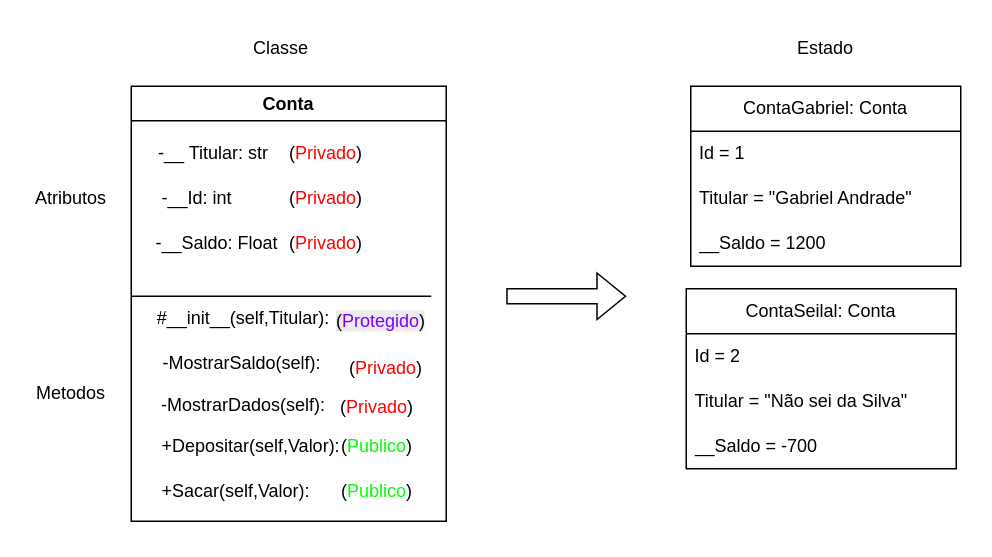
Before: Orientação a objeto/ContaBancariaUml.drawio in GABYNEVE-02/Codigos-Fsa-2026, a draw.io diagram. Source tidied: cells renumbered, new cells numbered last; positions are measured from the earlier drawing's top-left corner, leaving out a move shared by most shapes. Both pictures are drawn from the tidied source at 150%, with x=0, y=0 at pixel (26, 26).
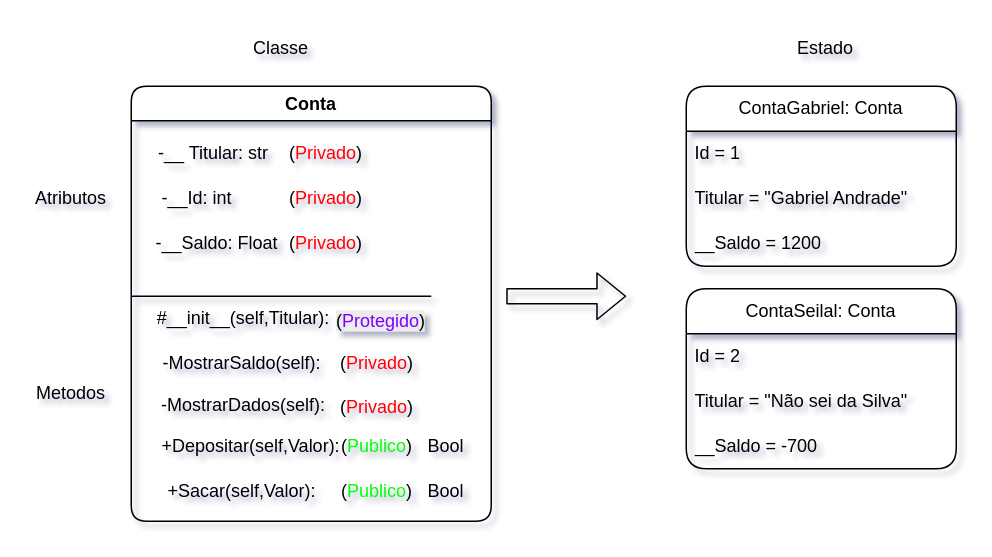
The same page after the edit.

Commit message:
Melhoria do Uml

What changed in the source:
```diff
@@
-<mxGraphModel>
+<mxGraphModel shadow="1">
@@
-    <mxCell id="2" value="Conta" style="swimlane;whiteSpace=wrap;html=1;" parent="1" vertex="1">
-      <mxGeometry x="70" y="40" width="210" height="290" as="geometry" />
+    <mxCell id="2" value="Conta" style="swimlane;whiteSpace=wrap;html=1;rounded=1;roundedPerimeter=1;" parent="1" vertex="1">
+      <mxGeometry x="70" y="40" width="240" height="290" as="geometry" />
     </mxCell>
-    <mxCell id="3" value="-__ Titular: str" style="text;html=1;whiteSpace=wrap;strokeColor=none;fillColor=none;align=center;verticalAlign=middle;rounded=0;" parent="2" vertex="1">
+    <mxCell id="3" value="-__ Titular: str" style="text;html=1;whiteSpace=wrap;strokeColor=none;fillColor=none;align=center;verticalAlign=middle;rounded=1;roundedPerimeter=1;" parent="2" vertex="1">
       <mxGeometry x="10" y="30" width="90" height="30" as="geometry" />
     </mxCell>
-    <mxCell id="4" value="-__Id: int" style="text;html=1;whiteSpace=wrap;strokeColor=none;fillColor=none;align=center;verticalAlign=middle;rounded=0;" parent="2" vertex="1">
+    <mxCell id="4" value="-__Id: int" style="text;html=1;whiteSpace=wrap;strokeColor=none;fillColor=none;align=center;verticalAlign=middle;rounded=1;roundedPerimeter=1;" parent="2" vertex="1">
       <mxGeometry x="-16" y="60" width="120" height="30" as="geometry" />
     </mxCell>
-    <mxCell id="5" value="-__Saldo: Float&amp;nbsp;" style="text;html=1;whiteSpace=wrap;strokeColor=none;fillColor=none;align=center;verticalAlign=middle;rounded=0;" parent="2" vertex="1">
+    <mxCell id="5" value="-__Saldo: Float&amp;nbsp;" style="text;html=1;whiteSpace=wrap;strokeColor=none;fillColor=none;align=center;verticalAlign=middle;rounded=1;roundedPerimeter=1;" parent="2" vertex="1">
       <mxGeometry x="14" y="90" width="90" height="30" as="geometry" />
     </mxCell>
-    <mxCell id="6" style="endArrow=none;html=1;rounded=0;" parent="2" edge="1">
+    <mxCell id="6" style="endArrow=none;html=1;rounded=1;" parent="2" edge="1">
       <mxGeometry relative="1" as="geometry">
         <mxPoint y="140" as="sourcePoint" />
         <mxPoint x="200" y="140" as="targetPoint" />
       </mxGeometry>
     </mxCell>
-    <mxCell id="7" value="#__init__(self,Titular):" style="text;html=1;whiteSpace=wrap;strokeColor=none;fillColor=none;align=center;verticalAlign=middle;rounded=0;" parent="2" vertex="1">
+    <mxCell id="7" value="#__init__(self,Titular):" style="text;html=1;whiteSpace=wrap;strokeColor=none;fillColor=none;align=center;verticalAlign=middle;rounded=1;roundedPerimeter=1;" parent="2" vertex="1">
       <mxGeometry x="20" y="140" width="110" height="30" as="geometry" />
     </mxCell>
-    <mxCell id="8" value="-MostrarSaldo(self):" style="text;html=1;whiteSpace=wrap;strokeColor=none;fillColor=none;align=center;verticalAlign=middle;rounded=0;" parent="2" vertex="1">
+    <mxCell id="8" value="-MostrarSaldo(self):" style="text;html=1;whiteSpace=wrap;strokeColor=none;fillColor=none;align=center;verticalAlign=middle;rounded=1;roundedPerimeter=1;" parent="2" vertex="1">
       <mxGeometry x="14" y="170" width="120" height="30" as="geometry" />
     </mxCell>
-    <mxCell id="9" value="+Depositar(self,Valor):" style="text;html=1;whiteSpace=wrap;strokeColor=none;fillColor=none;align=center;verticalAlign=middle;rounded=0;" parent="2" vertex="1">
+    <mxCell id="9" value="+Depositar(self,Valor):" style="text;html=1;whiteSpace=wrap;strokeColor=none;fillColor=none;align=center;verticalAlign=middle;rounded=1;roundedPerimeter=1;" parent="2" vertex="1">
       <mxGeometry x="20" y="225" width="120" height="30" as="geometry" />
     </mxCell>
-    <mxCell id="10" value="+Sacar(self,Valor):" style="text;html=1;whiteSpace=wrap;strokeColor=none;fillColor=none;align=center;verticalAlign=middle;rounded=0;" parent="2" vertex="1">
-      <mxGeometry x="10" y="255" width="120" height="30" as="geometry" />
+    <mxCell id="10" value="+Sacar(self,Valor):" style="text;html=1;whiteSpace=wrap;strokeColor=none;fillColor=none;align=center;verticalAlign=middle;rounded=1;roundedPerimeter=1;" parent="2" vertex="1">
+      <mxGeometry x="14" y="255" width="120" height="30" as="geometry" />
     </mxCell>
-    <mxCell id="11" value="-MostrarDados(self):" style="text;html=1;whiteSpace=wrap;strokeColor=none;fillColor=none;align=center;verticalAlign=middle;rounded=0;" parent="2" vertex="1">
+    <mxCell id="11" value="-MostrarDados(self):" style="text;html=1;whiteSpace=wrap;strokeColor=none;fillColor=none;align=center;verticalAlign=middle;rounded=1;roundedPerimeter=1;" parent="2" vertex="1">
       <mxGeometry x="15" y="198" width="120" height="30" as="geometry" />
     </mxCell>
-    <mxCell id="12" value="(&lt;span style=&quot;color: rgb(255, 0, 0);&quot;&gt;Privado&lt;/span&gt;)" style="text;html=1;whiteSpace=wrap;strokeColor=none;fillColor=none;align=center;verticalAlign=middle;rounded=0;" parent="2" vertex="1">
+    <mxCell id="12" value="(&lt;span style=&quot;color: rgb(255, 0, 0);&quot;&gt;Privado&lt;/span&gt;)" style="text;html=1;whiteSpace=wrap;strokeColor=none;fillColor=none;align=center;verticalAlign=middle;rounded=1;roundedPerimeter=1;" parent="2" vertex="1">
       <mxGeometry x="100" y="90" width="60" height="30" as="geometry" />
     </mxCell>
-    <mxCell id="13" value="(&lt;font color=&quot;#00ff00&quot;&gt;Publico&lt;/font&gt;)" style="text;html=1;whiteSpace=wrap;strokeColor=none;fillColor=none;align=center;verticalAlign=middle;rounded=0;" parent="2" vertex="1">
+    <mxCell id="13" value="(&lt;font color=&quot;#00ff00&quot;&gt;Publico&lt;/font&gt;)" style="text;html=1;whiteSpace=wrap;strokeColor=none;fillColor=none;align=center;verticalAlign=middle;rounded=1;roundedPerimeter=1;" parent="2" vertex="1">
       <mxGeometry x="134" y="255" width="60" height="30" as="geometry" />
     </mxCell>
-    <mxCell id="14" value="(&lt;font color=&quot;#00ff00&quot;&gt;Publico&lt;/font&gt;)" style="text;html=1;whiteSpace=wrap;strokeColor=none;fillColor=none;align=center;verticalAlign=middle;rounded=0;" parent="2" vertex="1">
+    <mxCell id="14" value="(&lt;font color=&quot;#00ff00&quot;&gt;Publico&lt;/font&gt;)" style="text;html=1;whiteSpace=wrap;strokeColor=none;fillColor=none;align=center;verticalAlign=middle;rounded=1;roundedPerimeter=1;" parent="2" vertex="1">
       <mxGeometry x="134" y="225" width="60" height="30" as="geometry" />
     </mxCell>
-    <mxCell id="15" value="&lt;span style=&quot;color: rgb(0, 0, 0); font-family: Helvetica; font-size: 12px; font-style: normal; font-variant-ligatures: normal; font-variant-caps: normal; font-weight: 400; letter-spacing: normal; orphans: 2; text-align: center; text-indent: 0px; text-transform: none; widows: 2; word-spacing: 0px; -webkit-text-stroke-width: 0px; white-space: normal; background-color: rgb(236, 236, 236); text-decoration-thickness: initial; text-decoration-style: initial; text-decoration-color: initial; float: none; display: inline !important;&quot;&gt;(&lt;/span&gt;&lt;span style=&quot;font-family: Helvetica; font-size: 12px; font-style: normal; font-variant-ligatures: normal; font-variant-caps: normal; font-weight: 400; letter-spacing: normal; orphans: 2; text-align: center; text-indent: 0px; text-transform: none; widows: 2; word-spacing: 0px; -webkit-text-stroke-width: 0px; white-space: normal; background-color: rgb(236, 236, 236); text-decoration-thickness: initial; text-decoration-style: initial; text-decoration-color: initial; float: none; display: inline !important; color: rgb(0, 0, 0);&quot;&gt;&lt;font color=&quot;#7f00ff&quot;&gt;Protegido&lt;/font&gt;&lt;/span&gt;&lt;span style=&quot;color: rgb(0, 0, 0); font-family: Helvetica; font-size: 12px; font-style: normal; font-variant-ligatures: normal; font-variant-caps: normal; font-weight: 400; letter-spacing: normal; orphans: 2; text-align: center; text-indent: 0px; text-transform: none; widows: 2; word-spacing: 0px; -webkit-text-stroke-width: 0px; white-space: normal; background-color: rgb(236, 236, 236); text-decoration-thickness: initial; text-decoration-style: initial; text-decoration-color: initial; float: none; display: inline !important;&quot;&gt;)&lt;/span&gt;" style="text;whiteSpace=wrap;html=1;" parent="2" vertex="1">
+    <mxCell id="15" value="&lt;span style=&quot;color: rgb(0, 0, 0); font-family: Helvetica; font-size: 12px; font-style: normal; font-variant-ligatures: normal; font-variant-caps: normal; font-weight: 400; letter-spacing: normal; orphans: 2; text-align: center; text-indent: 0px; text-transform: none; widows: 2; word-spacing: 0px; -webkit-text-stroke-width: 0px; white-space: normal; background-color: rgb(236, 236, 236); text-decoration-thickness: initial; text-decoration-style: initial; text-decoration-color: initial; float: none; display: inline !important;&quot;&gt;(&lt;/span&gt;&lt;span style=&quot;font-family: Helvetica; font-size: 12px; font-style: normal; font-variant-ligatures: normal; font-variant-caps: normal; font-weight: 400; letter-spacing: normal; orphans: 2; text-align: center; text-indent: 0px; text-transform: none; widows: 2; word-spacing: 0px; -webkit-text-stroke-width: 0px; white-space: normal; background-color: rgb(236, 236, 236); text-decoration-thickness: initial; text-decoration-style: initial; text-decoration-color: initial; float: none; display: inline !important; color: rgb(0, 0, 0);&quot;&gt;&lt;font color=&quot;#7f00ff&quot;&gt;Protegido&lt;/font&gt;&lt;/span&gt;&lt;span style=&quot;color: rgb(0, 0, 0); font-family: Helvetica; font-size: 12px; font-style: normal; font-variant-ligatures: normal; font-variant-caps: normal; font-weight: 400; letter-spacing: normal; orphans: 2; text-align: center; text-indent: 0px; text-transform: none; widows: 2; word-spacing: 0px; -webkit-text-stroke-width: 0px; white-space: normal; background-color: rgb(236, 236, 236); text-decoration-thickness: initial; text-decoration-style: initial; text-decoration-color: initial; float: none; display: inline !important;&quot;&gt;)&lt;/span&gt;" style="text;whiteSpace=wrap;html=1;rounded=1;roundedPerimeter=1;" parent="2" vertex="1">
       <mxGeometry x="135" y="143" width="60" height="30" as="geometry" />
     </mxCell>
-    <mxCell id="16" value="(&lt;span style=&quot;color: rgb(255, 0, 0);&quot;&gt;Privado&lt;/span&gt;)" style="text;html=1;whiteSpace=wrap;strokeColor=none;fillColor=none;align=center;verticalAlign=middle;rounded=0;" parent="2" vertex="1">
+    <mxCell id="16" value="(&lt;span style=&quot;color: rgb(255, 0, 0);&quot;&gt;Privado&lt;/span&gt;)" style="text;html=1;whiteSpace=wrap;strokeColor=none;fillColor=none;align=center;verticalAlign=middle;rounded=1;roundedPerimeter=1;" parent="2" vertex="1">
       <mxGeometry x="100" y="30" width="60" height="30" as="geometry" />
     </mxCell>
-    <mxCell id="17" value="(&lt;span style=&quot;color: rgb(255, 0, 0);&quot;&gt;Privado&lt;/span&gt;)" style="text;html=1;whiteSpace=wrap;strokeColor=none;fillColor=none;align=center;verticalAlign=middle;rounded=0;" parent="2" vertex="1">
+    <mxCell id="17" value="(&lt;span style=&quot;color: rgb(255, 0, 0);&quot;&gt;Privado&lt;/span&gt;)" style="text;html=1;whiteSpace=wrap;strokeColor=none;fillColor=none;align=center;verticalAlign=middle;rounded=1;roundedPerimeter=1;" parent="2" vertex="1">
       <mxGeometry x="100" y="60" width="60" height="30" as="geometry" />
     </mxCell>
-    <mxCell id="18" value="(&lt;span style=&quot;color: rgb(255, 0, 0);&quot;&gt;Privado&lt;/span&gt;)" style="text;html=1;whiteSpace=wrap;strokeColor=none;fillColor=none;align=center;verticalAlign=middle;rounded=0;" parent="2" vertex="1">
+    <mxCell id="18" value="(&lt;span style=&quot;color: rgb(255, 0, 0);&quot;&gt;Privado&lt;/span&gt;)" style="text;html=1;whiteSpace=wrap;strokeColor=none;fillColor=none;align=center;verticalAlign=middle;rounded=1;roundedPerimeter=1;" parent="2" vertex="1">
       <mxGeometry x="134" y="199" width="60" height="30" as="geometry" />
     </mxCell>
-    <mxCell id="19" value="(&lt;span style=&quot;color: rgb(255, 0, 0);&quot;&gt;Privado&lt;/span&gt;)" style="text;html=1;whiteSpace=wrap;strokeColor=none;fillColor=none;align=center;verticalAlign=middle;rounded=0;" parent="2" vertex="1">
-      <mxGeometry x="140" y="173" width="60" height="30" as="geometry" />
+    <mxCell id="19" value="(&lt;span style=&quot;color: rgb(255, 0, 0);&quot;&gt;Privado&lt;/span&gt;)" style="text;html=1;whiteSpace=wrap;strokeColor=none;fillColor=none;align=center;verticalAlign=middle;rounded=1;roundedPerimeter=1;" parent="2" vertex="1">
+      <mxGeometry x="134" y="170" width="60" height="30" as="geometry" />
     </mxCell>
+    <mxCell id="33" value="Bool" style="text;html=1;whiteSpace=wrap;strokeColor=none;fillColor=none;align=center;verticalAlign=middle;rounded=0;" parent="2" vertex="1">
+      <mxGeometry x="180" y="225" width="60" height="30" as="geometry" />
+    </mxCell>
+    <mxCell id="34" value="Bool" style="text;html=1;whiteSpace=wrap;strokeColor=none;fillColor=none;align=center;verticalAlign=middle;rounded=0;" parent="2" vertex="1">
+      <mxGeometry x="180" y="255" width="60" height="30" as="geometry" />
+    </mxCell>
-    <mxCell id="20" value="Classe" style="text;html=1;whiteSpace=wrap;strokeColor=none;fillColor=none;align=center;verticalAlign=middle;rounded=0;" parent="1" vertex="1">
+    <mxCell id="20" value="Classe" style="text;html=1;whiteSpace=wrap;strokeColor=none;fillColor=none;align=center;verticalAlign=middle;rounded=1;roundedPerimeter=1;" parent="1" vertex="1">
       <mxGeometry x="140" width="60" height="30" as="geometry" />
     </mxCell>
-    <mxCell id="21" style="shape=flexArrow;endArrow=classic;html=1;rounded=0;" parent="1" edge="1">
+    <mxCell id="21" style="shape=flexArrow;endArrow=classic;html=1;rounded=1;" parent="1" edge="1">
       <mxGeometry relative="1" as="geometry">
         <mxPoint x="320" y="180" as="sourcePoint" />
         <mxPoint x="400" y="180" as="targetPoint" />
       </mxGeometry>
     </mxCell>
-    <mxCell id="22" value="ContaGabriel: Conta" style="swimlane;fontStyle=0;horizontal=1;startSize=30;whiteSpace=wrap;html=1;" parent="1" vertex="1">
-      <mxGeometry x="443" y="40" width="180" height="120" as="geometry" />
+    <mxCell id="22" value="ContaGabriel: Conta" style="swimlane;fontStyle=0;horizontal=1;startSize=30;whiteSpace=wrap;html=1;rounded=1;roundedPerimeter=1;" parent="1" vertex="1">
+      <mxGeometry x="440" y="40" width="180" height="120" as="geometry" />
     </mxCell>
-    <mxCell id="23" value="Id = 1" style="text;strokeColor=none;fillColor=none;align=left;verticalAlign=middle;spacingLeft=4;spacingRight=4;overflow=hidden;whiteSpace=wrap;html=1;" parent="22" vertex="1">
+    <mxCell id="23" value="Id = 1" style="text;strokeColor=none;fillColor=none;align=left;verticalAlign=middle;spacingLeft=4;spacingRight=4;overflow=hidden;whiteSpace=wrap;html=1;rounded=1;roundedPerimeter=1;" parent="22" vertex="1">
       <mxGeometry y="30" width="180" height="30" as="geometry" />
     </mxCell>
-    <mxCell id="24" value="Titular = &quot;Gabriel Andrade&quot;" style="text;strokeColor=none;fillColor=none;align=left;verticalAlign=middle;spacingLeft=4;spacingRight=4;overflow=hidden;whiteSpace=wrap;html=1;" parent="22" vertex="1">
+    <mxCell id="24" value="Titular = &quot;Gabriel Andrade&quot;" style="text;strokeColor=none;fillColor=none;align=left;verticalAlign=middle;spacingLeft=4;spacingRight=4;overflow=hidden;whiteSpace=wrap;html=1;rounded=1;roundedPerimeter=1;" parent="22" vertex="1">
       <mxGeometry y="60" width="180" height="30" as="geometry" />
     </mxCell>
-    <mxCell id="25" value="__Saldo = 1200" style="text;strokeColor=none;fillColor=none;align=left;verticalAlign=middle;spacingLeft=4;spacingRight=4;overflow=hidden;whiteSpace=wrap;html=1;" parent="22" vertex="1">
+    <mxCell id="25" value="__Saldo = 1200" style="text;strokeColor=none;fillColor=none;align=left;verticalAlign=middle;spacingLeft=4;spacingRight=4;overflow=hidden;whiteSpace=wrap;html=1;rounded=1;roundedPerimeter=1;" parent="22" vertex="1">
       <mxGeometry y="90" width="180" height="30" as="geometry" />
     </mxCell>
-    <mxCell id="26" value="Estado" style="text;html=1;whiteSpace=wrap;strokeColor=none;fillColor=none;align=center;verticalAlign=middle;rounded=0;" parent="1" vertex="1">
+    <mxCell id="26" value="Estado" style="text;html=1;whiteSpace=wrap;strokeColor=none;fillColor=none;align=center;verticalAlign=middle;rounded=1;roundedPerimeter=1;" parent="1" vertex="1">
       <mxGeometry x="503" width="60" height="30" as="geometry" />
     </mxCell>
-    <mxCell id="27" value="ContaSeilal: Conta" style="swimlane;fontStyle=0;horizontal=1;startSize=30;whiteSpace=wrap;html=1;" parent="1" vertex="1">
+    <mxCell id="27" value="ContaSeilal: Conta" style="swimlane;fontStyle=0;horizontal=1;startSize=30;whiteSpace=wrap;html=1;rounded=1;roundedPerimeter=1;" parent="1" vertex="1">
       <mxGeometry x="440" y="175" width="180" height="120" as="geometry" />
     </mxCell>
-    <mxCell id="28" value="Id = 2" style="text;strokeColor=none;fillColor=none;align=left;verticalAlign=middle;spacingLeft=4;spacingRight=4;overflow=hidden;whiteSpace=wrap;html=1;" parent="27" vertex="1">
+    <mxCell id="28" value="Id = 2" style="text;strokeColor=none;fillColor=none;align=left;verticalAlign=middle;spacingLeft=4;spacingRight=4;overflow=hidden;whiteSpace=wrap;html=1;rounded=1;roundedPerimeter=1;" parent="27" vertex="1">
       <mxGeometry y="30" width="180" height="30" as="geometry" />
     </mxCell>
-    <mxCell id="29" value="Titular = &quot;Não sei da Silva&quot;" style="text;strokeColor=none;fillColor=none;align=left;verticalAlign=middle;spacingLeft=4;spacingRight=4;overflow=hidden;whiteSpace=wrap;html=1;" parent="27" vertex="1">
+    <mxCell id="29" value="Titular = &quot;Não sei da Silva&quot;" style="text;strokeColor=none;fillColor=none;align=left;verticalAlign=middle;spacingLeft=4;spacingRight=4;overflow=hidden;whiteSpace=wrap;html=1;rounded=1;roundedPerimeter=1;" parent="27" vertex="1">
       <mxGeometry y="60" width="180" height="30" as="geometry" />
     </mxCell>
-    <mxCell id="30" value="__Saldo = -700" style="text;strokeColor=none;fillColor=none;align=left;verticalAlign=middle;spacingLeft=4;spacingRight=4;overflow=hidden;whiteSpace=wrap;html=1;" parent="27" vertex="1">
+    <mxCell id="30" value="__Saldo = -700" style="text;strokeColor=none;fillColor=none;align=left;verticalAlign=middle;spacingLeft=4;spacingRight=4;overflow=hidden;whiteSpace=wrap;html=1;rounded=1;roundedPerimeter=1;" parent="27" vertex="1">
       <mxGeometry y="90" width="180" height="30" as="geometry" />
     </mxCell>
-    <mxCell id="31" value="Atributos" style="text;html=1;whiteSpace=wrap;strokeColor=none;fillColor=none;align=center;verticalAlign=middle;rounded=0;" parent="1" vertex="1">
+    <mxCell id="31" value="Atributos" style="text;html=1;whiteSpace=wrap;strokeColor=none;fillColor=none;align=center;verticalAlign=middle;rounded=1;roundedPerimeter=1;" parent="1" vertex="1">
       <mxGeometry y="100" width="60" height="30" as="geometry" />
     </mxCell>
-    <mxCell id="32" value="Metodos" style="text;html=1;whiteSpace=wrap;strokeColor=none;fillColor=none;align=center;verticalAlign=middle;rounded=0;" parent="1" vertex="1">
+    <mxCell id="32" value="Metodos" style="text;html=1;whiteSpace=wrap;strokeColor=none;fillColor=none;align=center;verticalAlign=middle;rounded=1;roundedPerimeter=1;" parent="1" vertex="1">
       <mxGeometry y="230" width="60" height="30" as="geometry" />
     </mxCell>
```
